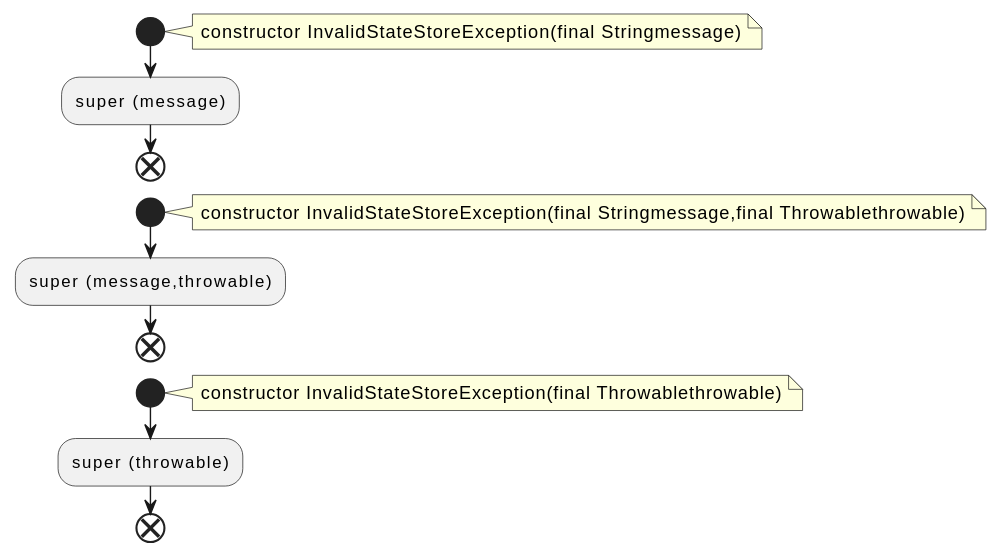
This is docs/qc/streams/src/main/java/org/apache/kafka/streams/errors/InvalidStateStoreException.java.fct.svg from qualitesys/kafka, a PlantUML export, as it was before one commit. Its diagram source:
```plantuml
@startuml
!pragma layout smetana
start
note right
constructor InvalidStateStoreException(final Stringmessage)
end note
:super (message);
end
start
note right
constructor InvalidStateStoreException(final Stringmessage,final Throwablethrowable)
end note
:super (message,throwable);
end
start
note right
constructor InvalidStateStoreException(final Throwablethrowable)
end note
:super (throwable);
end
@enduml
```
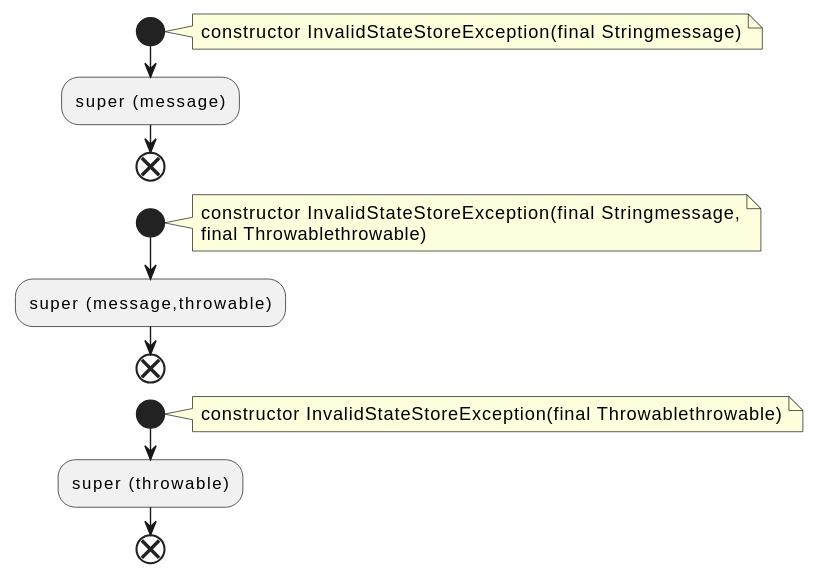
Above is the later version.

The edit, as a diff of the source:
```diff
@@ -8,7 +8,8 @@
 end
 start
 note right
-constructor InvalidStateStoreException(final Stringmessage,final Throwablethrowable)
+constructor InvalidStateStoreException(final Stringmessage,
+final Throwablethrowable)
 end note
 :super (message,throwable);
 end
```
